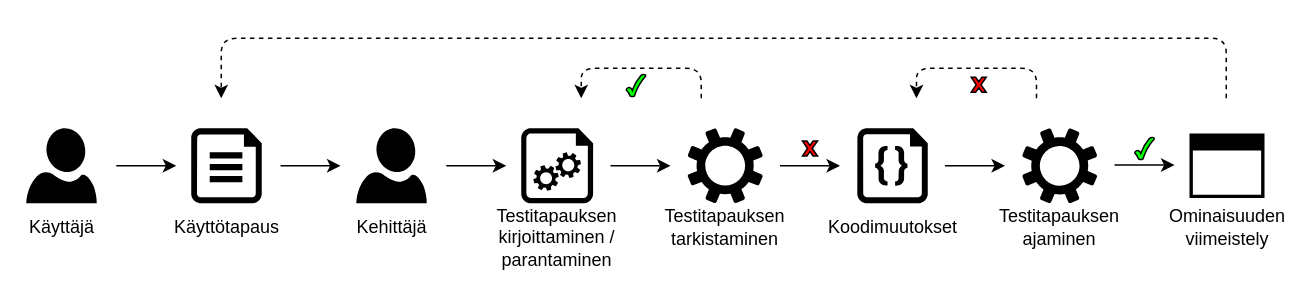
This is assets/hyvaksymistestausvetoinen-kehitys.drawio from jukkapajarinen/TUNIMasterThesis, a draw.io file, before an edit. Source tidied: cells renumbered, new cells numbered last; positions are measured from the earlier drawing's top-left corner, leaving out a move shared by most shapes. Both pictures are drawn from the tidied source at 150%, with x=0, y=0 at pixel (26, 38).
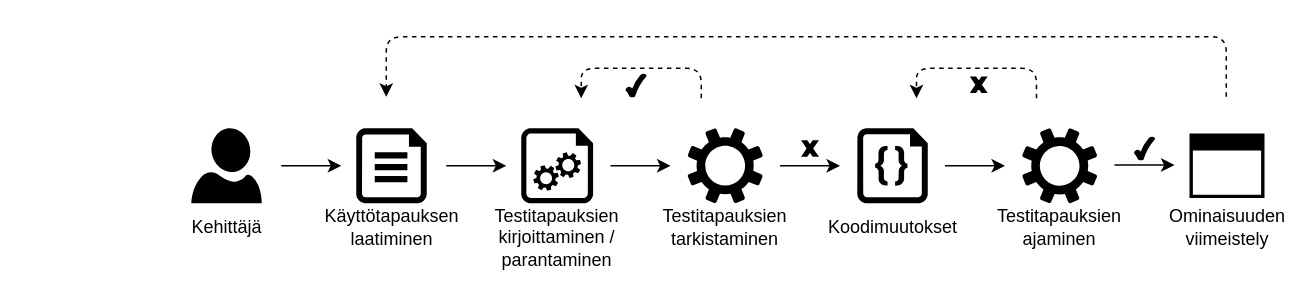
Above is the later version.

Diff of the diagram source:
```diff
@@
-    <mxCell id="2" style="shadow=0;dashed=0;html=1;strokeColor=none;labelPosition=center;verticalLabelPosition=bottom;verticalAlign=top;align=center;fillColor=#000000;shape=mxgraph.azure.user;" parent="1" vertex="1">
-      <mxGeometry x="220" y="60" width="47" height="50" as="geometry" />
-    </mxCell>
@@
     <mxCell id="12" style="endArrow=classic;html=1;dashed=1;" parent="1" edge="1">
       <mxGeometry relative="1" as="geometry">
-        <mxPoint x="800" y="40" as="sourcePoint" />
-        <mxPoint x="130" y="40" as="targetPoint" />
+        <mxPoint x="800" y="39" as="sourcePoint" />
+        <mxPoint x="240" y="39" as="targetPoint" />
         <Array as="points">
-          <mxPoint x="800" />
-          <mxPoint x="130" />
+          <mxPoint x="800" y="-1" />
+          <mxPoint x="240" y="-1" />
         </Array>
       </mxGeometry>
     </mxCell>
-    <mxCell id="13" value="&lt;div&gt;Testitapauksen kirjoittaminen / parantaminen&lt;br&gt;&lt;/div&gt;" style="text;html=1;strokeColor=none;fillColor=none;align=center;verticalAlign=middle;whiteSpace=wrap;rounded=0;" parent="1" vertex="1">
+    <mxCell id="13" value="&lt;div&gt;Testitapauksien kirjoittaminen / parantaminen&lt;br&gt;&lt;/div&gt;" style="text;html=1;strokeColor=none;fillColor=none;align=center;verticalAlign=middle;whiteSpace=wrap;rounded=0;" parent="1" vertex="1">
       <mxGeometry x="334" y="123" width="40" height="20" as="geometry" />
     </mxCell>
-    <mxCell id="14" value="&lt;div&gt;Testitapauksen tarkistaminen&lt;/div&gt;" style="text;html=1;strokeColor=none;fillColor=none;align=center;verticalAlign=middle;whiteSpace=wrap;rounded=0;" parent="1" vertex="1">
+    <mxCell id="14" value="&lt;div&gt;Testitapauksien tarkistaminen&lt;/div&gt;" style="text;html=1;strokeColor=none;fillColor=none;align=center;verticalAlign=middle;whiteSpace=wrap;rounded=0;" parent="1" vertex="1">
       <mxGeometry x="446" y="116" width="40" height="20" as="geometry" />
     </mxCell>
@@
-    <mxCell id="16" value="Testitapauksen ajaminen" style="text;html=1;strokeColor=none;fillColor=none;align=center;verticalAlign=middle;whiteSpace=wrap;rounded=0;" parent="1" vertex="1">
+    <mxCell id="16" value="Testitapauksien ajaminen" style="text;html=1;strokeColor=none;fillColor=none;align=center;verticalAlign=middle;whiteSpace=wrap;rounded=0;" parent="1" vertex="1">
       <mxGeometry x="669" y="116" width="40" height="20" as="geometry" />
     </mxCell>
@@
-    <mxCell id="18" value="Kehittäjä" style="text;html=1;strokeColor=none;fillColor=none;align=center;verticalAlign=middle;whiteSpace=wrap;rounded=0;" parent="1" vertex="1">
-      <mxGeometry x="223.5" y="116" width="40" height="20" as="geometry" />
-    </mxCell>
-    <mxCell id="19" style="verticalLabelPosition=bottom;verticalAlign=top;html=1;shape=mxgraph.basic.x;fillColor=#FF0000;" parent="1" vertex="1">
+    <mxCell id="19" style="verticalLabelPosition=bottom;verticalAlign=top;html=1;shape=mxgraph.basic.x;fillColor=#000000;" parent="1" vertex="1">
       <mxGeometry x="517.5" y="68.5" width="10" height="10" as="geometry" />
     </mxCell>
@@
-    <mxCell id="22" style="verticalLabelPosition=bottom;verticalAlign=top;html=1;shape=mxgraph.basic.tick;fillColor=#00FF00;" parent="1" vertex="1">
+    <mxCell id="22" style="verticalLabelPosition=bottom;verticalAlign=top;html=1;shape=mxgraph.basic.tick;fillColor=#000000;" parent="1" vertex="1">
       <mxGeometry x="400" y="24" width="13" height="15" as="geometry" />
     </mxCell>
-    <mxCell id="23" style="verticalLabelPosition=bottom;verticalAlign=top;html=1;shape=mxgraph.basic.tick;fillColor=#00FF00;" parent="1" vertex="1">
+    <mxCell id="23" style="verticalLabelPosition=bottom;verticalAlign=top;html=1;shape=mxgraph.basic.tick;fillColor=#000000;" parent="1" vertex="1">
       <mxGeometry x="739" y="66" width="13" height="15" as="geometry" />
     </mxCell>
-    <mxCell id="24" style="verticalLabelPosition=bottom;verticalAlign=top;html=1;shape=mxgraph.basic.x;fillColor=#FF0000;" parent="1" vertex="1">
+    <mxCell id="24" style="verticalLabelPosition=bottom;verticalAlign=top;html=1;shape=mxgraph.basic.x;fillColor=#000000;" parent="1" vertex="1">
       <mxGeometry x="630" y="26" width="10" height="10" as="geometry" />
     </mxCell>
     <mxCell id="25" style="shadow=0;dashed=0;html=1;strokeColor=none;labelPosition=center;verticalLabelPosition=bottom;verticalAlign=top;align=center;fillColor=#000000;shape=mxgraph.azure.user;" parent="1" vertex="1">
-      <mxGeometry y="60" width="47" height="50" as="geometry" />
+      <mxGeometry x="110" y="60" width="47" height="50" as="geometry" />
     </mxCell>
     <mxCell id="26" style="endArrow=classic;html=1;" parent="1" edge="1">
       <mxGeometry relative="1" as="geometry">
-        <mxPoint x="60" y="85" as="sourcePoint" />
-        <mxPoint x="100" y="85" as="targetPoint" />
+        <mxPoint x="170" y="85" as="sourcePoint" />
+        <mxPoint x="210" y="85" as="targetPoint" />
       </mxGeometry>
     </mxCell>
-    <mxCell id="27" style="endArrow=classic;html=1;" parent="1" edge="1">
-      <mxGeometry relative="1" as="geometry">
-        <mxPoint x="169.5" y="85" as="sourcePoint" />
-        <mxPoint x="209.5" y="85" as="targetPoint" />
-      </mxGeometry>
-    </mxCell>
-    <mxCell id="28" value="Käyttötapaus" style="text;html=1;strokeColor=none;fillColor=none;align=center;verticalAlign=middle;whiteSpace=wrap;rounded=0;" parent="1" vertex="1">
-      <mxGeometry x="114" y="116" width="40" height="20" as="geometry" />
+    <mxCell id="28" value="Käyttötapauksen laatiminen" style="text;html=1;strokeColor=none;fillColor=none;align=center;verticalAlign=middle;whiteSpace=wrap;rounded=0;" parent="1" vertex="1">
+      <mxGeometry x="224" y="116" width="40" height="20" as="geometry" />
     </mxCell>
-    <mxCell id="29" value="Käyttäjä" style="text;html=1;strokeColor=none;fillColor=none;align=center;verticalAlign=middle;whiteSpace=wrap;rounded=0;" parent="1" vertex="1">
-      <mxGeometry x="3.5" y="116" width="40" height="20" as="geometry" />
+    <mxCell id="29" value="Kehittäjä" style="text;html=1;strokeColor=none;fillColor=none;align=center;verticalAlign=middle;whiteSpace=wrap;rounded=0;" parent="1" vertex="1">
+      <mxGeometry x="113.5" y="116" width="40" height="20" as="geometry" />
     </mxCell>
@@
     <mxCell id="31" style="shadow=0;dashed=0;html=1;strokeColor=none;labelPosition=center;verticalLabelPosition=bottom;verticalAlign=top;align=center;fillColor=#000000;shape=mxgraph.azure.file;" parent="1" vertex="1">
-      <mxGeometry x="110" y="60" width="47" height="50" as="geometry" />
+      <mxGeometry x="220" y="60" width="47" height="50" as="geometry" />
     </mxCell>
```
